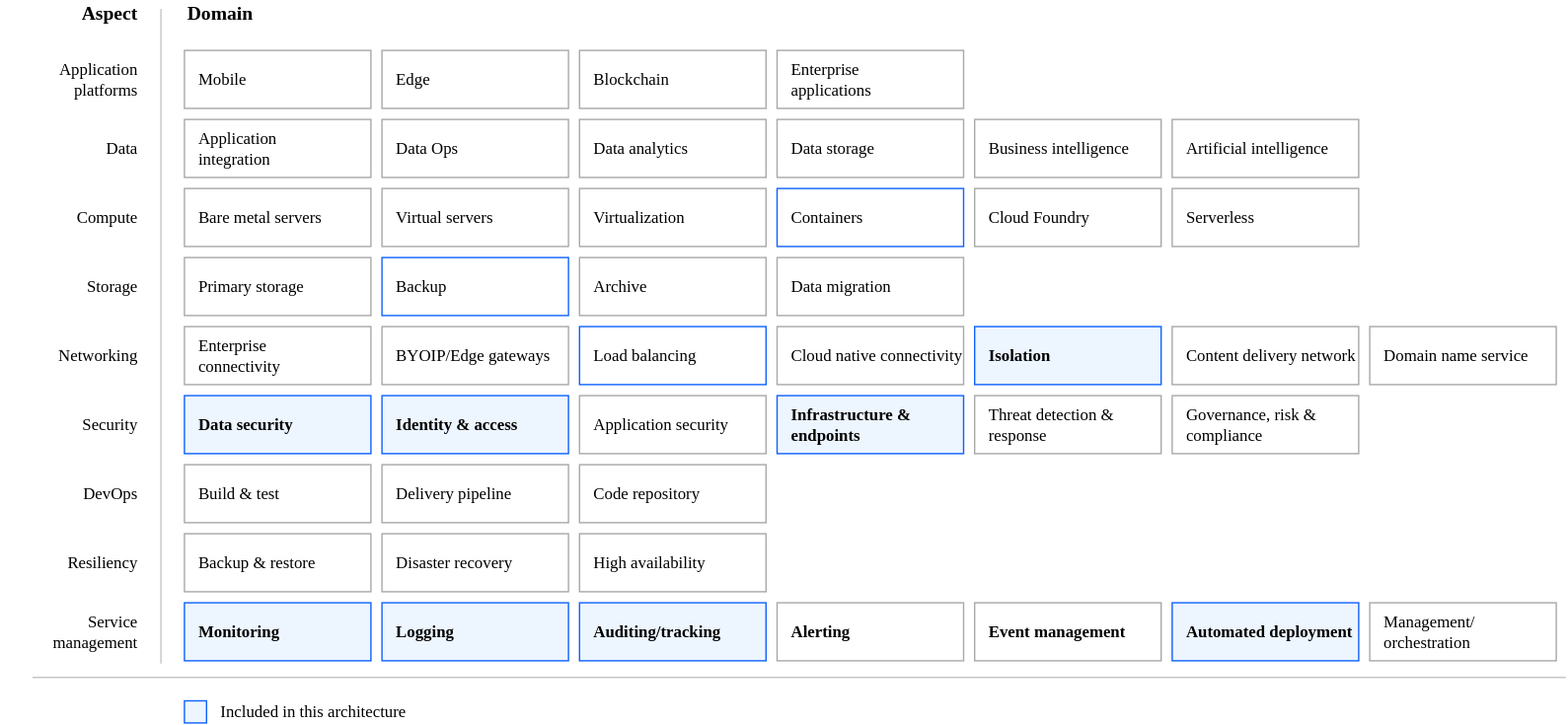
The draw.io diagram reference-architectures/heat-map-deploy-arch-slz-vpc-fully-configurable.svg in terraform-ibm-modules/terraform-ibm-landing-zone-vpc, before a commit. Source tidied: cells renumbered, new cells last; positions are measured from the earlier drawing's top-left corner, leaving out a move shared by most shapes.
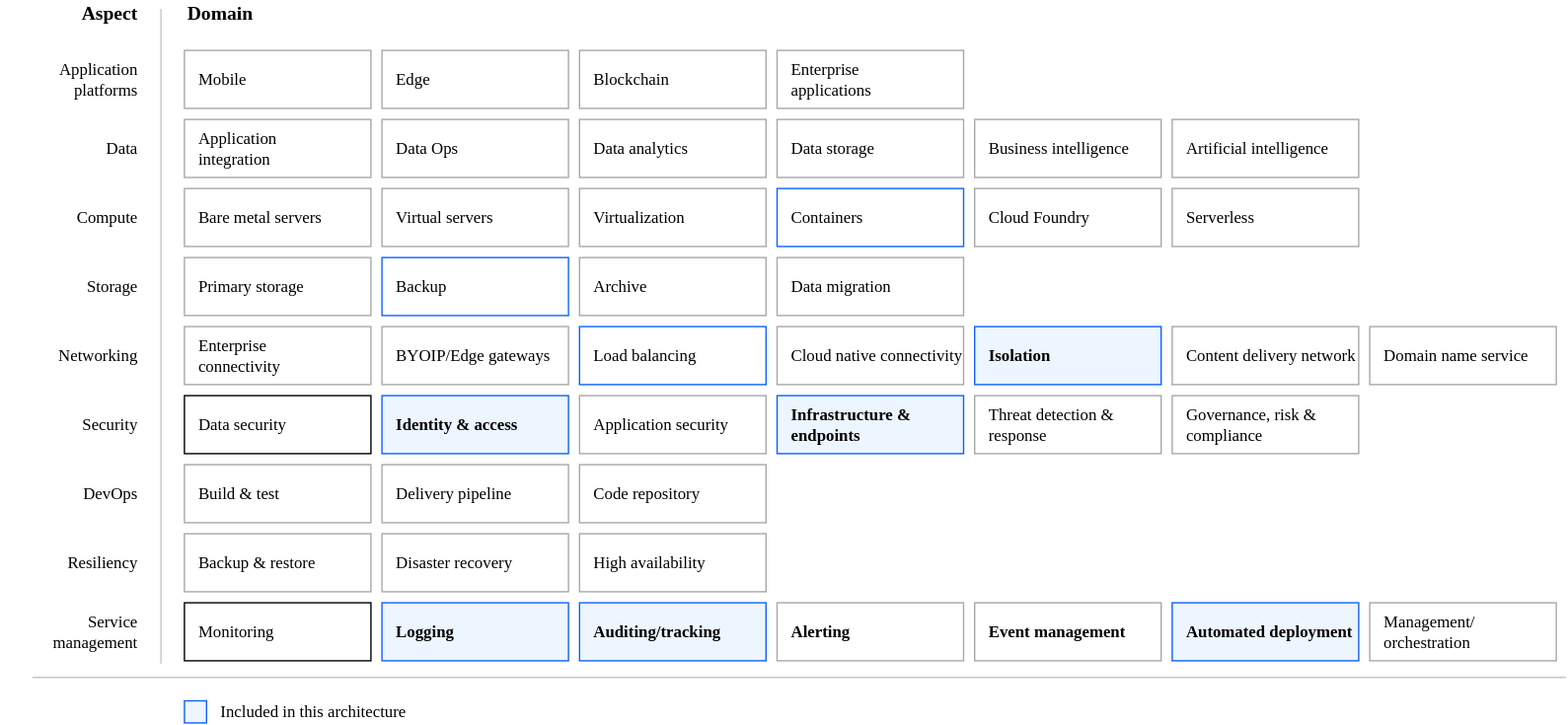
Above is the later version.

What changed in the source:
```diff
@@ -20,13 +20,13 @@
     <mxCell id="7" value="Build &amp;amp; test" style="rounded=0;whiteSpace=wrap;html=1;strokeColor=#A8A8A8;align=left;spacingLeft=8;fontFamily=IBM Plex Sans;" parent="1" vertex="1">
       <mxGeometry x="133" y="336" width="135" height="42" as="geometry" />
     </mxCell>
-    <mxCell id="8" value="Data security" style="rounded=0;whiteSpace=wrap;html=1;strokeColor=light-dark(#0E62FD,#5D5D5D);align=left;spacingLeft=8;fontFamily=IBM Plex Sans;fontStyle=1;fillColor=#EDF5FF;" parent="1" vertex="1">
+    <mxCell id="8" value="Data security" style="rounded=0;whiteSpace=wrap;html=1;strokeColor=default;align=left;spacingLeft=8;fontFamily=IBM Plex Sans;fontStyle=0;fillColor=default;" parent="1" vertex="1">
       <mxGeometry x="133" y="286" width="135" height="42" as="geometry" />
     </mxCell>
     <mxCell id="9" value="Backup &amp;amp; restore" style="rounded=0;whiteSpace=wrap;html=1;strokeColor=#A8A8A8;align=left;spacingLeft=8;fontFamily=IBM Plex Sans;" parent="1" vertex="1">
       <mxGeometry x="133" y="386" width="135" height="42" as="geometry" />
     </mxCell>
-    <mxCell id="10" value="Monitoring" style="rounded=0;whiteSpace=wrap;html=1;strokeColor=light-dark(#0E62FD,#5CA4FF);align=left;spacingLeft=8;fontFamily=IBM Plex Sans;fontStyle=1;fillColor=light-dark(#EDF5FF,#151C24);" parent="1" vertex="1">
+    <mxCell id="10" value="Monitoring" style="rounded=0;whiteSpace=wrap;html=1;strokeColor=default;align=left;spacingLeft=8;fontFamily=IBM Plex Sans;fontStyle=0;fillColor=default;" parent="1" vertex="1">
       <mxGeometry x="133" y="436" width="135" height="42" as="geometry" />
     </mxCell>
     <mxCell id="11" value="Edge" style="rounded=0;whiteSpace=wrap;html=1;strokeColor=#A8A8A8;align=left;spacingLeft=8;fontFamily=IBM Plex Sans;fillColor=default;fontStyle=0;" parent="1" vertex="1">
```
